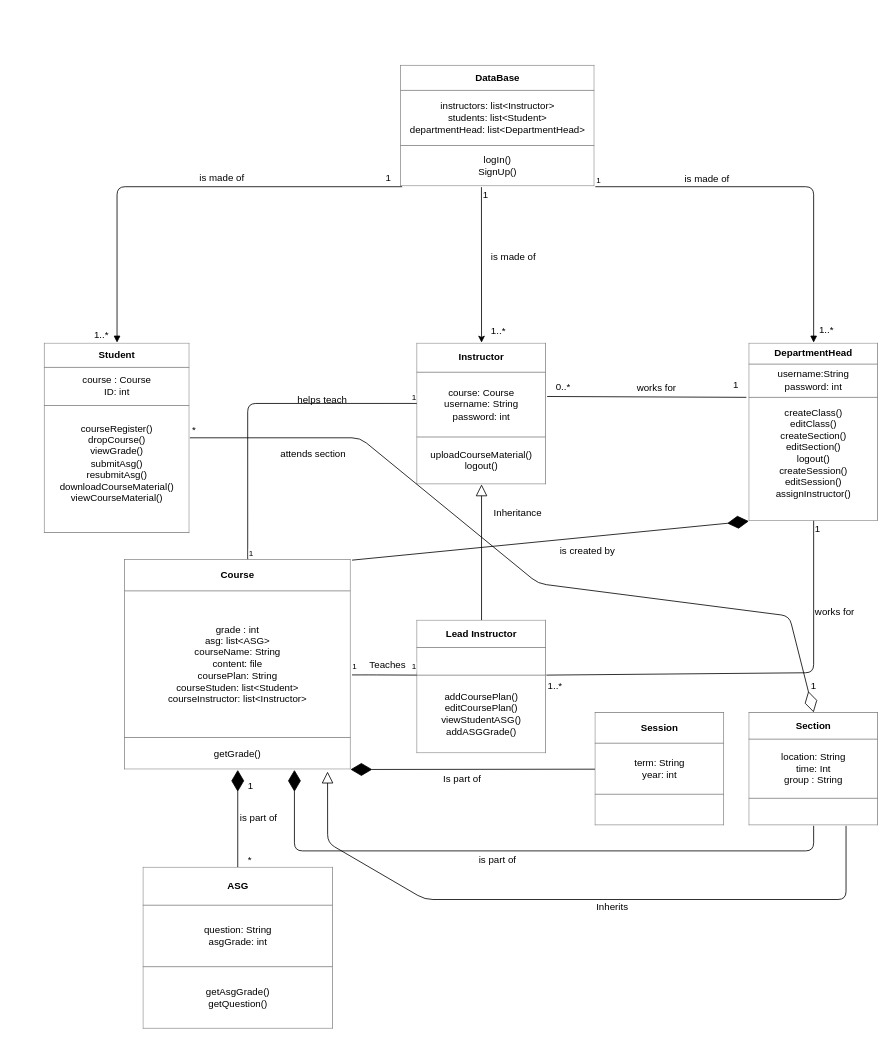
Earlier version of the draw.io diagram seng300/asg2/ClassDiagram.drawio (ScanonA/HW). Source tidied: cells renumbered, new cells numbered last; positions are measured from the earlier drawing's top-left corner, leaving out a move shared by most shapes. Both pictures are drawn from the tidied source at 81%, with x=0, y=0 at pixel (44, 65).
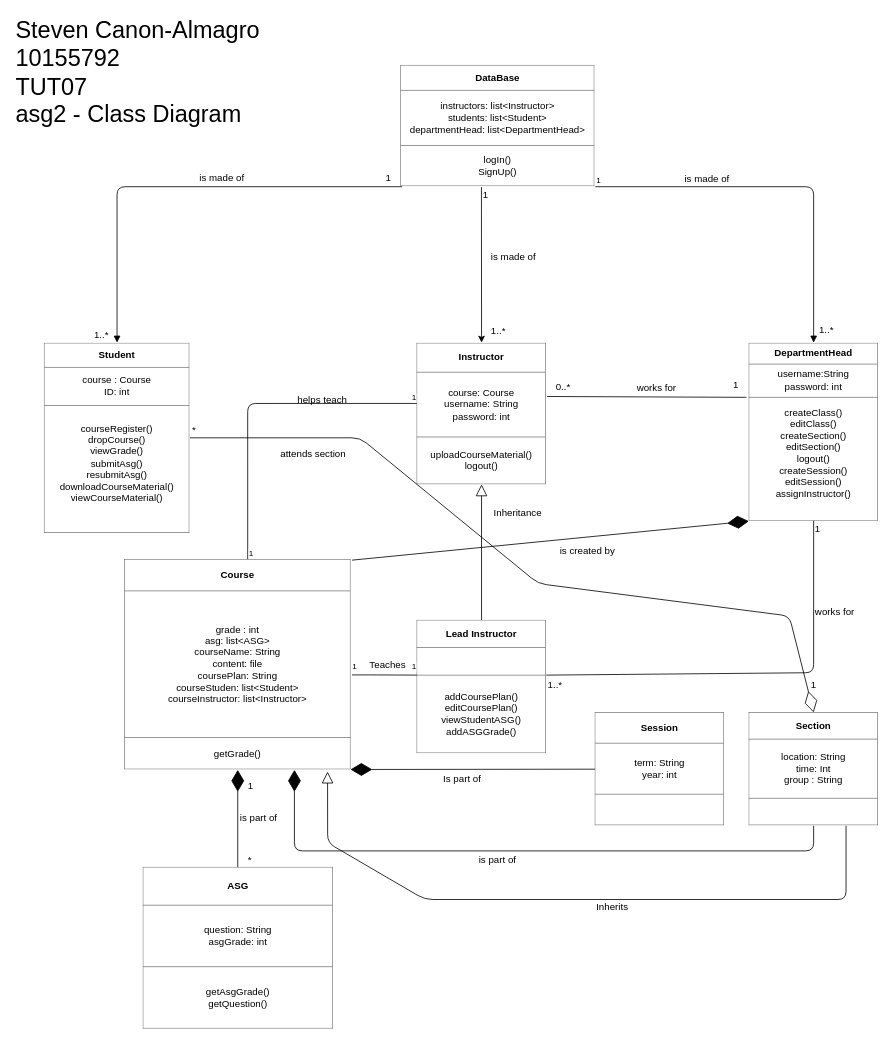
The same page after the edit.

What changed in the source:
```diff
@@
+    <mxCell id="57" value="&lt;div style=&quot;font-size: 29px&quot;&gt;&lt;font style=&quot;font-size: 29px&quot;&gt;Steven Canon-Almagro&lt;/font&gt;&lt;/div&gt;&lt;div style=&quot;font-size: 29px&quot;&gt;&lt;font style=&quot;font-size: 29px&quot;&gt;10155792&lt;/font&gt;&lt;/div&gt;&lt;div style=&quot;font-size: 29px&quot;&gt;&lt;font style=&quot;font-size: 29px&quot;&gt;TUT07&lt;br&gt;&lt;/font&gt;&lt;/div&gt;&lt;div style=&quot;font-size: 29px&quot;&gt;&lt;font style=&quot;font-size: 29px&quot;&gt;asg2 - Class Diagram&lt;br&gt;&lt;/font&gt;&lt;/div&gt;" style="text;html=1;align=left;verticalAlign=top;spacingTop=-4;" parent="1" vertex="1">
+      <mxGeometry x="-37" y="-63" width="310" height="60" as="geometry" />
+    </mxCell>
```
